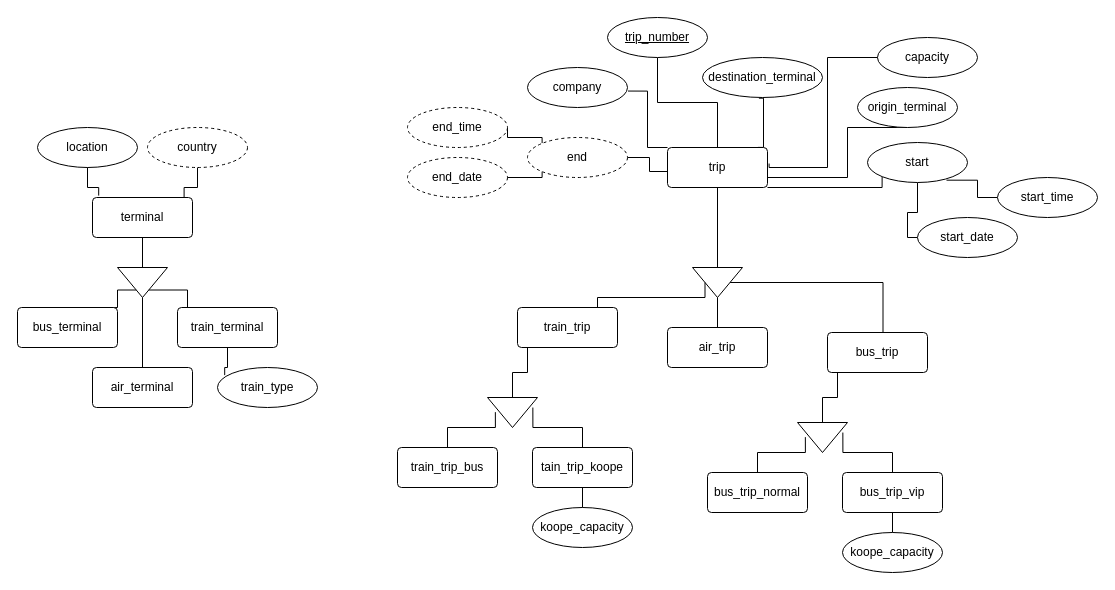
Before: page "3.2" (1 of 2) of DB-Project.drawio in MoeeinAali/DB-Project, a draw.io diagram. Source tidied: cells renumbered, new cells numbered last; positions are measured from the earlier drawing's top-left corner, leaving out a move shared by most shapes. Both pictures are drawn from the tidied source at 100%, with x=0, y=0 at pixel (17, 17).
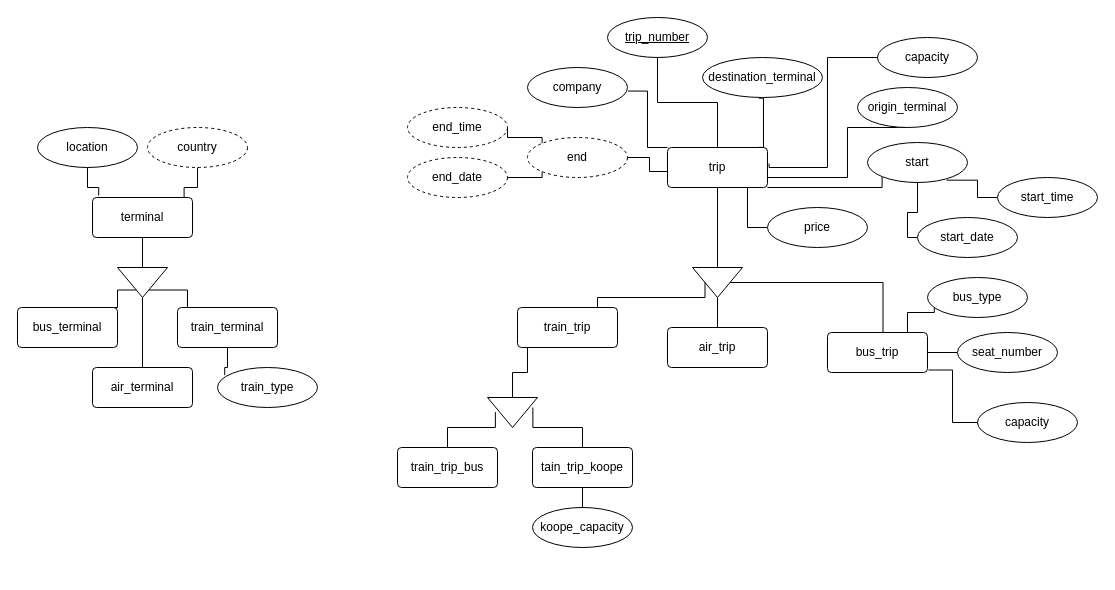
The same page after the edit.

The change refers to these unchanged cells:
```xml
<mxCell id="56" value="bus_trip" style="rounded=1;arcSize=10;whiteSpace=wrap;html=1;align=center;" parent="1" vertex="1">
  <mxGeometry x="810" y="315" width="100" height="40" as="geometry" />
</mxCell>
```

The edit, as a diff of the source:
```diff
@@
-    <mxCell id="55" style="edgeStyle=orthogonalEdgeStyle;rounded=0;jettySize=auto;html=1;entryX=1;entryY=0.5;entryDx=0;entryDy=0;endArrow=none;endFill=0;" parent="1" edge="1" source="56" target="57">
-      <mxGeometry relative="1" as="geometry">
-        <Array as="points">
-          <mxPoint x="820" y="380" />
-          <mxPoint x="805" y="380" />
-        </Array>
-      </mxGeometry>
-    </mxCell>
@@
-    <mxCell id="57" style="triangle;whiteSpace=wrap;html=1;rotation=-90;flipH=1;" parent="1" vertex="1">
-      <mxGeometry x="790" y="395" width="30" height="50" as="geometry" />
-    </mxCell>
-    <mxCell id="58" value="bus_trip_normal" style="rounded=1;arcSize=10;whiteSpace=wrap;html=1;align=center;" parent="1" vertex="1">
-      <mxGeometry x="690" y="455" width="100" height="40" as="geometry" />
-    </mxCell>
-    <mxCell id="59" style="edgeStyle=orthogonalEdgeStyle;rounded=0;jettySize=auto;html=1;entryX=0.5;entryY=0;entryDx=0;entryDy=0;endArrow=none;endFill=0;" parent="1" edge="1" source="60" target="63">
-      <mxGeometry relative="1" as="geometry" />
-    </mxCell>
-    <mxCell id="60" value="bus_trip_vip" style="rounded=1;arcSize=10;whiteSpace=wrap;html=1;align=center;" parent="1" vertex="1">
-      <mxGeometry x="825" y="455" width="100" height="40" as="geometry" />
-    </mxCell>
-    <mxCell id="61" style="edgeStyle=orthogonalEdgeStyle;rounded=0;jettySize=auto;html=1;entryX=0.488;entryY=0.157;entryDx=0;entryDy=0;entryPerimeter=0;endArrow=none;endFill=0;" parent="1" edge="1" source="58" target="57">
-      <mxGeometry relative="1" as="geometry" />
-    </mxCell>
-    <mxCell id="62" style="edgeStyle=orthogonalEdgeStyle;rounded=0;jettySize=auto;html=1;entryX=0.335;entryY=0.907;entryDx=0;entryDy=0;entryPerimeter=0;endArrow=none;endFill=0;" parent="1" edge="1" source="60" target="57">
-      <mxGeometry relative="1" as="geometry" />
-    </mxCell>
-    <mxCell id="63" value="koope_capacity" style="ellipse;whiteSpace=wrap;html=1;align=center;" parent="1" vertex="1">
-      <mxGeometry x="825" y="515" width="100" height="40" as="geometry" />
-    </mxCell>
+    <mxCell id="64" value="bus_type" style="ellipse;whiteSpace=wrap;html=1;align=center;" parent="1" vertex="1">
+      <mxGeometry x="910" y="260" width="100" height="40" as="geometry" />
+    </mxCell>
+    <mxCell id="65" style="edgeStyle=orthogonalEdgeStyle;rounded=0;jettySize=auto;html=1;entryX=0.068;entryY=0.754;entryDx=0;entryDy=0;entryPerimeter=0;endArrow=none;endFill=0;" parent="1" edge="1" source="56" target="64">
+      <mxGeometry relative="1" as="geometry">
+        <Array as="points">
+          <mxPoint x="890" y="295" />
+          <mxPoint x="917" y="295" />
+        </Array>
+      </mxGeometry>
+    </mxCell>
+    <mxCell id="66" style="edgeStyle=orthogonalEdgeStyle;rounded=0;jettySize=auto;html=1;entryX=1;entryY=0.5;entryDx=0;entryDy=0;endArrow=none;endFill=0;" parent="1" edge="1" source="67" target="56">
+      <mxGeometry relative="1" as="geometry" />
+    </mxCell>
+    <mxCell id="67" value="seat_number" style="ellipse;whiteSpace=wrap;html=1;align=center;" parent="1" vertex="1">
+      <mxGeometry x="940" y="315" width="100" height="40" as="geometry" />
+    </mxCell>
+    <mxCell id="68" value="capacity" style="ellipse;whiteSpace=wrap;html=1;align=center;" parent="1" vertex="1">
+      <mxGeometry x="960" y="385" width="100" height="40" as="geometry" />
+    </mxCell>
+    <mxCell id="69" style="edgeStyle=orthogonalEdgeStyle;rounded=0;jettySize=auto;html=1;entryX=1.01;entryY=0.938;entryDx=0;entryDy=0;entryPerimeter=0;endArrow=none;endFill=0;" parent="1" edge="1" source="68" target="56">
+      <mxGeometry relative="1" as="geometry" />
+    </mxCell>
+    <mxCell id="70" style="edgeStyle=orthogonalEdgeStyle;rounded=0;jettySize=auto;html=1;endArrow=none;endFill=0;" parent="1" edge="1" source="71">
+      <mxGeometry relative="1" as="geometry">
+        <mxPoint x="730" y="170" as="targetPoint" />
+      </mxGeometry>
+    </mxCell>
+    <mxCell id="71" value="price" style="ellipse;whiteSpace=wrap;html=1;align=center;" parent="1" vertex="1">
+      <mxGeometry x="750" y="190" width="100" height="40" as="geometry" />
+    </mxCell>
```
